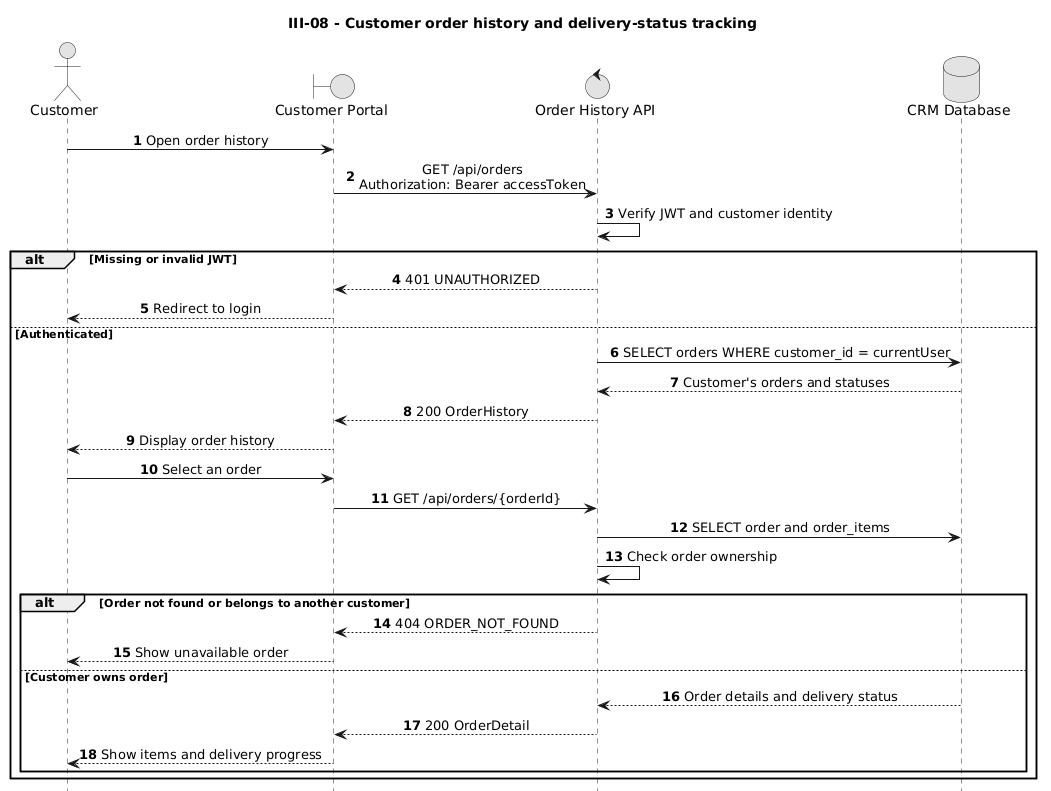
duygri/do-an-htttdn-crm keeps this PlantUML diagram as docs/diagrams/customer/III-08-order-history-status-tracking.png. Above is the earlier version.
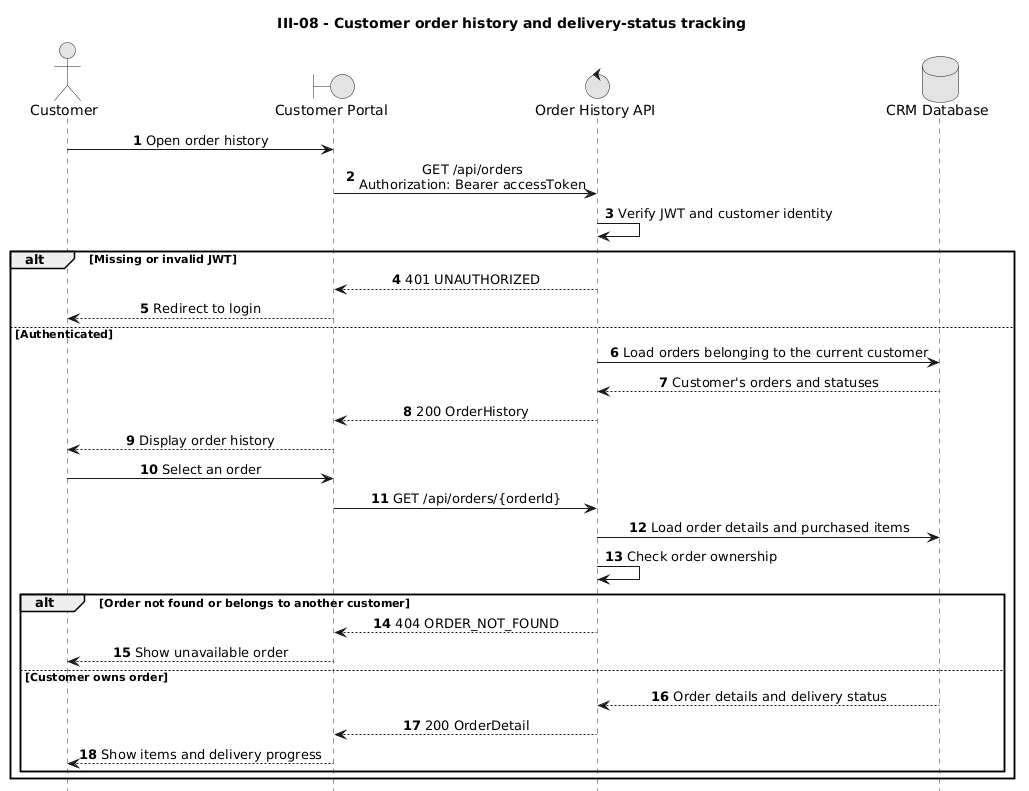
Above is the later version.

The edit, as a diff of the source:
```diff
@@ -20,14 +20,14 @@
     API --> Web: 401 UNAUTHORIZED
     Web --> Customer: Redirect to login
 else Authenticated
-    API -> DB: SELECT orders WHERE customer_id = currentUser
+    API -> DB: Load orders belonging to the current customer
     DB --> API: Customer's orders and statuses
     API --> Web: 200 OrderHistory
     Web --> Customer: Display order history
 
     Customer -> Web: Select an order
     Web -> API: GET /api/orders/{orderId}
-    API -> DB: SELECT order and order_items
+    API -> DB: Load order details and purchased items
     API -> API: Check order ownership
 
     alt Order not found or belongs to another customer
```
